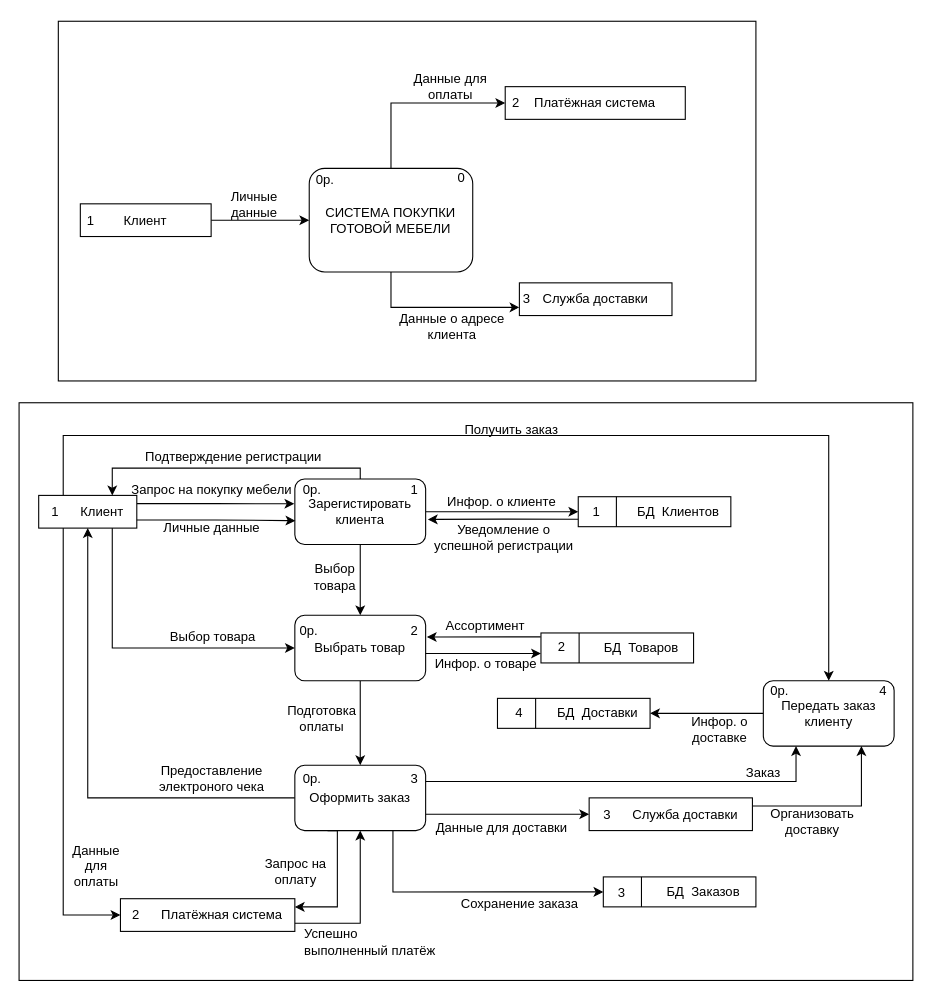
The draw.io diagram page "DFD" (2 of 8) of Все диаграммы.drawio in AnnaOtchina/AnnaKyrsach, before the edit. Source tidied: cells renumbered, new cells numbered last; positions are measured from the earlier drawing's top-left corner, leaving out a move shared by most shapes. Both pictures are drawn from the tidied source at 109%, with x=0, y=0 at pixel (19, 21).
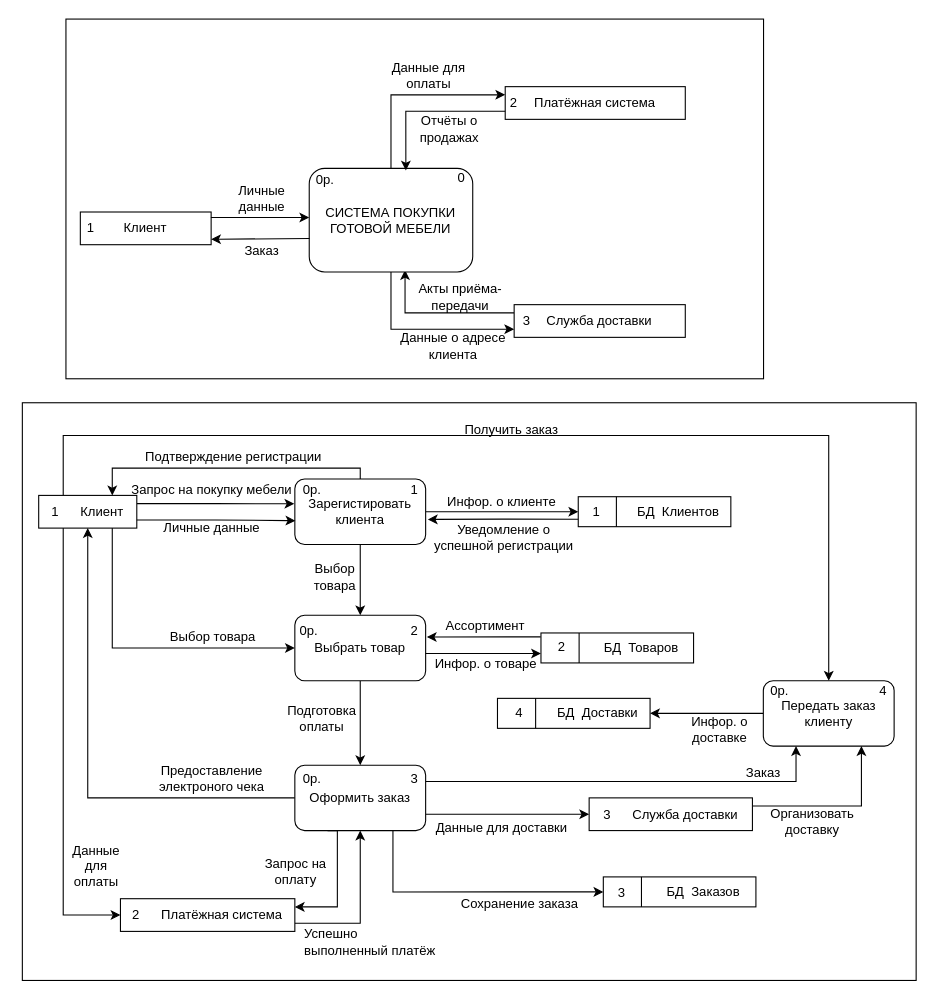
After the change.

The change refers to these unchanged cells:
```xml
<mxCell id="7" value="Клиент" style="whiteSpace=wrap;html=1;" parent="6" vertex="1">
  <mxGeometry x="20" width="120" height="30" as="geometry" />
</mxCell>
<mxCell id="14" value="СИСТЕМА ПОКУПКИ ГОТОВОЙ МЕБЕЛИ" style="rounded=1;whiteSpace=wrap;html=1;" parent="1" vertex="1">
  <mxGeometry x="266.2" y="135" width="150" height="95" as="geometry" />
</mxCell>
<mxCell id="17" value="Платёжная система" style="whiteSpace=wrap;html=1;" parent="1" vertex="1">
  <mxGeometry x="446" y="60" width="165.2" height="30" as="geometry" />
</mxCell>
```

Change to the diagram source:
```diff
@@
     <mxCell id="2" style="rounded=0;whiteSpace=wrap;html=1;" parent="1" vertex="1">
-      <mxGeometry y="350" width="820" height="530" as="geometry" />
+      <mxGeometry x="3" y="350" width="820" height="530" as="geometry" />
     </mxCell>
     <mxCell id="3" style="rounded=0;whiteSpace=wrap;html=1;" parent="1" vertex="1">
-      <mxGeometry x="36" width="640" height="330" as="geometry" />
+      <mxGeometry x="43" y="-2" width="640" height="330" as="geometry" />
     </mxCell>
-    <mxCell id="4" style="edgeStyle=orthogonalEdgeStyle;rounded=0;jettySize=auto;html=1;exitX=1;exitY=0.5;exitDx=0;exitDy=0;" parent="1" edge="1" source="7" target="14">
-      <mxGeometry relative="1" as="geometry" />
-    </mxCell>
     <mxCell id="5" value="Личные данные" style="text;html=1;whiteSpace=wrap;strokeColor=none;fillColor=none;align=center;verticalAlign=middle;rounded=0;" parent="1" vertex="1">
-      <mxGeometry x="186.2" y="147.5" width="60" height="40" as="geometry" />
+      <mxGeometry x="193" y="143" width="60" height="40" as="geometry" />
     </mxCell>
     <mxCell id="6" style="group;" parent="1" vertex="1">
-      <mxGeometry x="36.2" y="167.5" width="140" height="30" as="geometry" />
+      <mxGeometry x="36.2" y="175" width="140" height="30" as="geometry" />
     </mxCell>
@@
+    <mxCell id="87" style="edgeStyle=orthogonalEdgeStyle;rounded=0;jettySize=auto;html=1;exitX=0;exitY=0.25;exitDx=0;exitDy=0;entryX=0.586;entryY=0.982;entryDx=0;entryDy=0;entryPerimeter=0;" parent="1" edge="1" source="9" target="14">
+      <mxGeometry relative="1" as="geometry" />
+    </mxCell>
     <mxCell id="9" value="Служба доставки" style="whiteSpace=wrap;html=1;" parent="1" vertex="1">
-      <mxGeometry x="459" y="240" width="140" height="30" as="geometry" />
+      <mxGeometry x="454.2" y="260" width="157" height="30" as="geometry" />
     </mxCell>
     <mxCell id="10" value="3" style="text;html=1;whiteSpace=wrap;strokeColor=none;fillColor=none;align=center;verticalAlign=middle;rounded=0;" parent="1" vertex="1">
-      <mxGeometry x="436.2" y="240" width="60" height="30" as="geometry" />
+      <mxGeometry x="435.9" y="260" width="60" height="30" as="geometry" />
     </mxCell>
@@
     <mxCell id="12" value="Данные о адресе клиента" style="text;html=1;whiteSpace=wrap;strokeColor=none;fillColor=none;align=center;verticalAlign=middle;rounded=0;" parent="1" vertex="1">
-      <mxGeometry x="341.2" y="260" width="112.8" height="40" as="geometry" />
+      <mxGeometry x="341.5" y="278" width="112.8" height="40" as="geometry" />
     </mxCell>
-    <mxCell id="13" style="edgeStyle=orthogonalEdgeStyle;rounded=0;jettySize=auto;html=1;exitX=0.5;exitY=0;exitDx=0;exitDy=0;entryX=0;entryY=0.5;entryDx=0;entryDy=0;" parent="1" edge="1" source="14" target="17">
+    <mxCell id="13" style="edgeStyle=orthogonalEdgeStyle;rounded=0;jettySize=auto;html=1;exitX=0.5;exitY=0;exitDx=0;exitDy=0;entryX=0;entryY=0.25;entryDx=0;entryDy=0;" parent="1" edge="1" source="14" target="17">
       <mxGeometry relative="1" as="geometry" />
     </mxCell>
@@
     <mxCell id="18" value="2" style="text;html=1;whiteSpace=wrap;strokeColor=none;fillColor=none;align=center;verticalAlign=middle;rounded=0;" parent="1" vertex="1">
-      <mxGeometry x="426" y="60" width="60" height="30" as="geometry" />
+      <mxGeometry x="424.4" y="60" width="60" height="30" as="geometry" />
     </mxCell>
     <mxCell id="19" value="Данные для оплаты" style="text;html=1;whiteSpace=wrap;strokeColor=none;fillColor=none;align=center;verticalAlign=middle;rounded=0;" parent="1" vertex="1">
-      <mxGeometry x="356.2" y="40" width="80" height="40" as="geometry" />
+      <mxGeometry x="336.2" y="30" width="80" height="40" as="geometry" />
     </mxCell>
@@
+    <mxCell id="88" style="edgeStyle=orthogonalEdgeStyle;rounded=0;jettySize=auto;html=1;exitX=0;exitY=0.75;exitDx=0;exitDy=0;entryX=0.591;entryY=0.02;entryDx=0;entryDy=0;entryPerimeter=0;" parent="1" edge="1" source="17" target="14">
+      <mxGeometry relative="1" as="geometry" />
+    </mxCell>
+    <mxCell id="89" value="Отчёты о продажах" style="text;html=1;whiteSpace=wrap;strokeColor=none;fillColor=none;align=center;verticalAlign=middle;rounded=0;" parent="1" vertex="1">
+      <mxGeometry x="365.2" y="84" width="60" height="30" as="geometry" />
+    </mxCell>
+    <mxCell id="90" value="Акты приёма-передачи" style="text;html=1;whiteSpace=wrap;strokeColor=none;fillColor=none;align=center;verticalAlign=middle;rounded=0;" parent="1" vertex="1">
+      <mxGeometry x="365.2" y="238" width="80" height="30" as="geometry" />
+    </mxCell>
+    <mxCell id="91" style="endArrow=classic;html=1;rounded=0;" parent="1" edge="1">
+      <mxGeometry relative="1" as="geometry">
+        <mxPoint x="176" y="180" as="sourcePoint" />
+        <mxPoint x="266.2" y="180" as="targetPoint" />
+      </mxGeometry>
+    </mxCell>
+    <mxCell id="92" style="endArrow=classic;html=1;rounded=0;exitX=0.002;exitY=0.677;exitDx=0;exitDy=0;exitPerimeter=0;" parent="1" edge="1" source="14">
+      <mxGeometry relative="1" as="geometry">
+        <mxPoint x="176.2" y="200" as="targetPoint" />
+      </mxGeometry>
+    </mxCell>
+    <mxCell id="93" value="Заказ" style="text;html=1;whiteSpace=wrap;strokeColor=none;fillColor=none;align=center;verticalAlign=middle;rounded=0;" parent="1" vertex="1">
+      <mxGeometry x="193" y="196" width="60" height="30" as="geometry" />
+    </mxCell>
```
